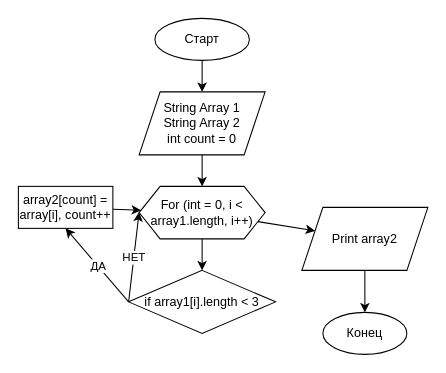
This is Itog/Itog.drawio from Vitariuss/Hometasks, a draw.io file, before an edit. Source tidied: cells renumbered, new cells numbered last; positions are measured from the earlier drawing's top-left corner, leaving out a move shared by most shapes. Both pictures are drawn from the tidied source at 105%, with x=0, y=0 at pixel (18, 18).
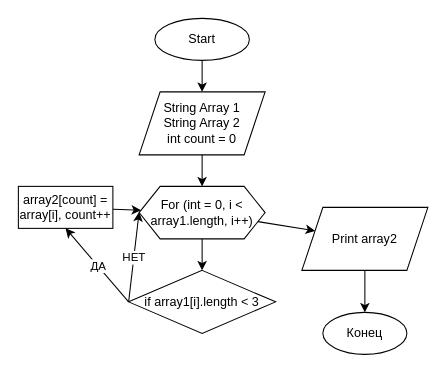
Above is the later version.

Diff of the diagram source:
```diff
@@
 <mxGraphModel>
   <root>
     <mxCell id="0" />
     <mxCell id="1" parent="0" />
     <mxCell id="2" style="edgeStyle=none;html=1;" parent="1" edge="1" source="3" target="5">
       <mxGeometry relative="1" as="geometry" />
     </mxCell>
-    <mxCell id="3" value="Старт" style="ellipse;whiteSpace=wrap;html=1;" parent="1" vertex="1">
+    <mxCell id="3" value="Start" style="ellipse;whiteSpace=wrap;html=1;" parent="1" vertex="1">
       <mxGeometry x="130" width="90" height="40" as="geometry" />
     </mxCell>
     <mxCell id="4" style="edgeStyle=none;html=1;" parent="1" edge="1" source="5" target="8">
       <mxGeometry relative="1" as="geometry" />
     </mxCell>
     <mxCell id="5" value="String Array 1&lt;br&gt;String Array 2&lt;br&gt;int count = 0" style="shape=parallelogram;perimeter=parallelogramPerimeter;whiteSpace=wrap;html=1;fixedSize=1;" parent="1" vertex="1">
       <mxGeometry x="115" y="70" width="120" height="60" as="geometry" />
     </mxCell>
     <mxCell id="6" style="edgeStyle=none;html=1;" parent="1" edge="1" source="8" target="9">
       <mxGeometry relative="1" as="geometry" />
     </mxCell>
     <mxCell id="7" style="edgeStyle=none;html=1;" parent="1" edge="1" source="8" target="17">
       <mxGeometry relative="1" as="geometry" />
     </mxCell>
     <mxCell id="8" value="For (int = 0, i &amp;lt; array1.length, i++)" style="shape=hexagon;perimeter=hexagonPerimeter2;whiteSpace=wrap;html=1;fixedSize=1;" parent="1" vertex="1">
       <mxGeometry x="115" y="160" width="120" height="50" as="geometry" />
     </mxCell>
     <mxCell id="9" value="if array1[i].length &amp;lt; 3" style="rhombus;whiteSpace=wrap;html=1;" parent="1" vertex="1">
       <mxGeometry x="105" y="240" width="140" height="60" as="geometry" />
     </mxCell>
     <mxCell id="10" style="endArrow=classic;html=1;exitX=0;exitY=0.5;exitDx=0;exitDy=0;" parent="1" edge="1" source="9">
       <mxGeometry relative="1" as="geometry">
         <mxPoint x="115" y="184.5" as="targetPoint" />
       </mxGeometry>
     </mxCell>
     <mxCell id="11" value="НЕТ" style="edgeLabel;html=1;align=center;verticalAlign=middle;" parent="10" vertex="1">
       <mxGeometry relative="1" as="geometry" />
     </mxCell>
     <mxCell id="12" style="edgeStyle=none;html=1;" parent="1" edge="1" source="13" target="8">
       <mxGeometry relative="1" as="geometry" />
     </mxCell>
     <mxCell id="13" value="array2[count] = array[i], count++" style="rounded=0;whiteSpace=wrap;html=1;" parent="1" vertex="1">
       <mxGeometry y="160" width="90" height="40" as="geometry" />
     </mxCell>
     <mxCell id="14" style="endArrow=classic;html=1;entryX=0.5;entryY=1;entryDx=0;entryDy=0;exitX=0;exitY=0.5;exitDx=0;exitDy=0;" parent="1" edge="1" source="9" target="13">
       <mxGeometry relative="1" as="geometry" />
     </mxCell>
     <mxCell id="15" value="ДА" style="edgeLabel;html=1;align=center;verticalAlign=middle;" parent="14" vertex="1">
       <mxGeometry relative="1" as="geometry" />
     </mxCell>
     <mxCell id="16" style="edgeStyle=none;html=1;" parent="1" edge="1" source="17" target="18">
       <mxGeometry relative="1" as="geometry" />
     </mxCell>
     <mxCell id="17" value="Print array2" style="shape=parallelogram;perimeter=parallelogramPerimeter;whiteSpace=wrap;html=1;fixedSize=1;" parent="1" vertex="1">
       <mxGeometry x="270" y="180" width="120" height="60" as="geometry" />
     </mxCell>
     <mxCell id="18" value="Конец" style="ellipse;whiteSpace=wrap;html=1;" parent="1" vertex="1">
       <mxGeometry x="290" y="280" width="80" height="40" as="geometry" />
     </mxCell>
   </root>
 </mxGraphModel>
```
